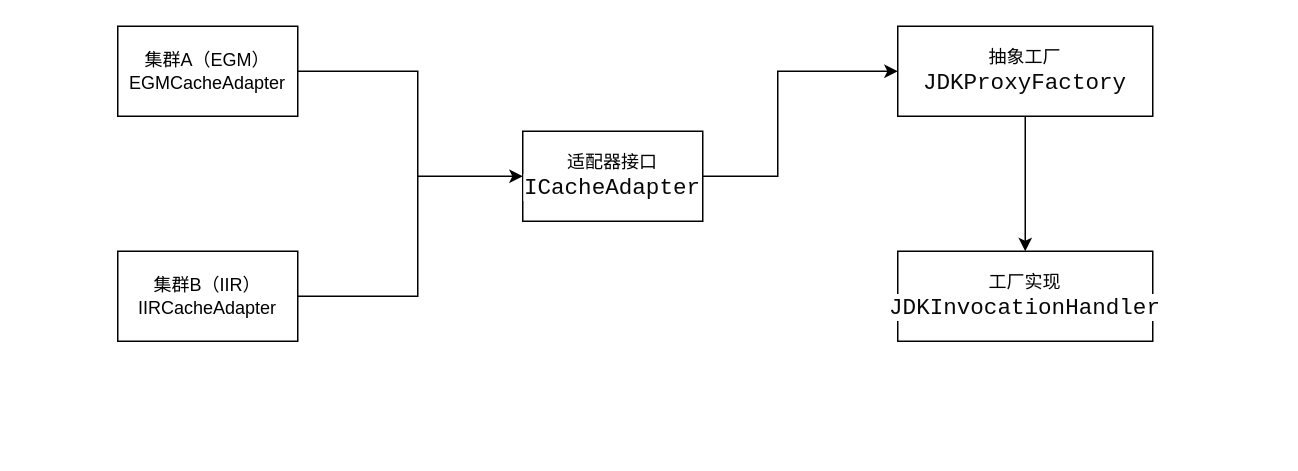
This is 抽象工厂模式.drawio from weixiaojian/draw-io-lib, a draw.io file, before an edit. Source tidied: cells renumbered, new cells numbered last; positions are measured from the earlier drawing's top-left corner, leaving out a move shared by most shapes. Both pictures are drawn from the tidied source at 150%, with x=0, y=0 at pixel (117, 26).
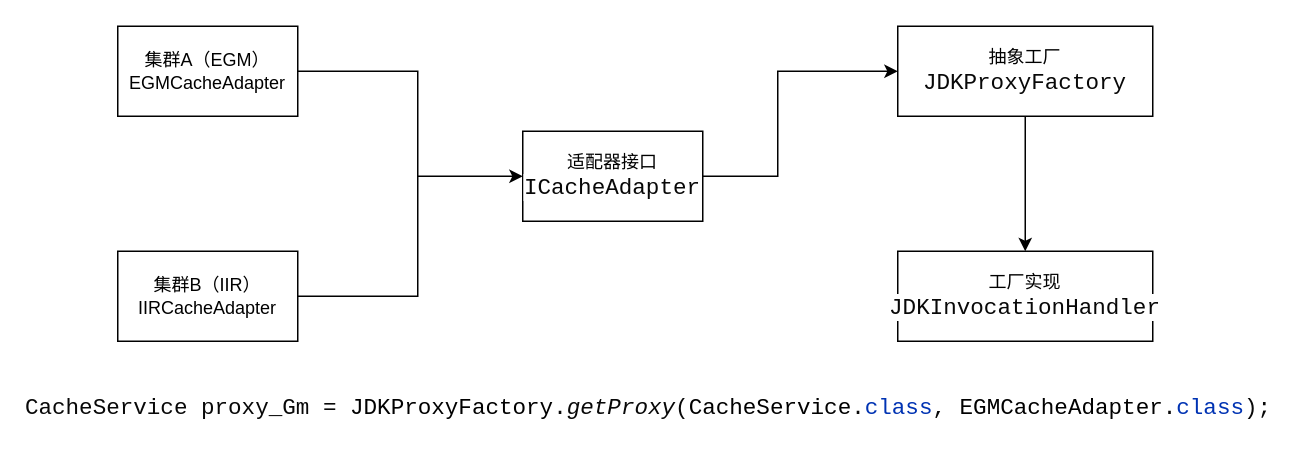
The same page after the edit.

Commit message (it also covers changes not shown here):
更新抽象工厂模式.drawio

The edit, as a diff of the source:
```diff
@@
 <mxGraphModel>
   <root>
     <mxCell id="0" />
     <mxCell id="1" parent="0" />
     <mxCell id="2" value="集群A（EGM）&lt;br&gt;EGMCacheAdapter" style="rounded=0;whiteSpace=wrap;html=1;" parent="1" vertex="1">
       <mxGeometry width="120" height="60" as="geometry" />
     </mxCell>
     <mxCell id="3" value="集群B（IIR）&lt;br&gt;IIRCacheAdapter" style="rounded=0;whiteSpace=wrap;html=1;" parent="1" vertex="1">
       <mxGeometry y="150" width="120" height="60" as="geometry" />
     </mxCell>
     <mxCell id="4" value="工厂实现&lt;span style=&quot;background-color: rgb(255, 255, 255); color: rgb(8, 8, 8); font-family: &amp;quot;JetBrains Mono&amp;quot;, monospace; font-size: 11.3pt;&quot;&gt;JDKInvocationHandler&lt;/span&gt;" style="rounded=0;whiteSpace=wrap;html=1;" parent="1" vertex="1">
       <mxGeometry x="520" y="150" width="170" height="60" as="geometry" />
     </mxCell>
     <mxCell id="5" value="抽象工厂&lt;br&gt;&lt;span style=&quot;background-color: rgb(255, 255, 255); color: rgb(8, 8, 8); font-family: &amp;quot;JetBrains Mono&amp;quot;, monospace; font-size: 11.3pt;&quot;&gt;JDKProxyFactory&lt;/span&gt;" style="rounded=0;whiteSpace=wrap;html=1;" parent="1" vertex="1">
       <mxGeometry x="520" width="170" height="60" as="geometry" />
     </mxCell>
     <mxCell id="6" value="适配器接口&lt;span style=&quot;background-color: rgb(255, 255, 255); color: rgb(8, 8, 8); font-family: &amp;quot;JetBrains Mono&amp;quot;, monospace; font-size: 11.3pt;&quot;&gt;ICacheAdapter&lt;/span&gt;" style="rounded=0;whiteSpace=wrap;html=1;" parent="1" vertex="1">
       <mxGeometry x="270" y="70" width="120" height="60" as="geometry" />
     </mxCell>
     <mxCell id="7" style="endArrow=classic;html=1;rounded=0;exitX=1;exitY=0.5;exitDx=0;exitDy=0;entryX=0;entryY=0.5;entryDx=0;entryDy=0;" parent="1" edge="1" source="2" target="6">
       <mxGeometry relative="1" as="geometry">
         <Array as="points">
           <mxPoint x="200" y="30" />
           <mxPoint x="200" y="100" />
         </Array>
       </mxGeometry>
     </mxCell>
     <mxCell id="8" style="endArrow=none;html=1;rounded=0;" parent="1" edge="1">
       <mxGeometry relative="1" as="geometry">
         <mxPoint x="120" y="180" as="sourcePoint" />
         <mxPoint x="200" y="100" as="targetPoint" />
         <Array as="points">
           <mxPoint x="200" y="180" />
         </Array>
       </mxGeometry>
     </mxCell>
     <mxCell id="9" style="endArrow=classic;html=1;rounded=0;entryX=0;entryY=0.5;entryDx=0;entryDy=0;" parent="1" edge="1" target="5">
       <mxGeometry relative="1" as="geometry">
         <mxPoint x="390" y="100" as="sourcePoint" />
         <Array as="points">
           <mxPoint x="440" y="100" />
           <mxPoint x="440" y="30" />
         </Array>
       </mxGeometry>
     </mxCell>
     <mxCell id="10" style="endArrow=classic;html=1;rounded=0;exitX=0.5;exitY=1;exitDx=0;exitDy=0;entryX=0.5;entryY=0;entryDx=0;entryDy=0;" parent="1" edge="1" source="5" target="4">
       <mxGeometry relative="1" as="geometry" />
     </mxCell>
+    <mxCell id="11" value="&lt;pre style=&quot;background-color:#ffffff;color:#080808;font-family:'JetBrains Mono',monospace;font-size:11.3pt;&quot;&gt;CacheService proxy_Gm = &lt;span style=&quot;color:#000000;&quot;&gt;JDKProxyFactory&lt;/span&gt;.&lt;span style=&quot;font-style:italic;&quot;&gt;getProxy&lt;/span&gt;(&lt;span style=&quot;color:#000000;&quot;&gt;CacheService&lt;/span&gt;.&lt;span style=&quot;color:#0033b3;&quot;&gt;class&lt;/span&gt;, &lt;span style=&quot;color:#000000;&quot;&gt;EGMCacheAdapter&lt;/span&gt;.&lt;span style=&quot;color:#0033b3;&quot;&gt;class&lt;/span&gt;);&lt;/pre&gt;" style="text;html=1;strokeColor=none;fillColor=none;align=center;verticalAlign=middle;whiteSpace=wrap;rounded=0;" parent="1" vertex="1">
+      <mxGeometry x="49" y="240" width="610" height="30" as="geometry" />
+    </mxCell>
   </root>
 </mxGraphModel>
```
